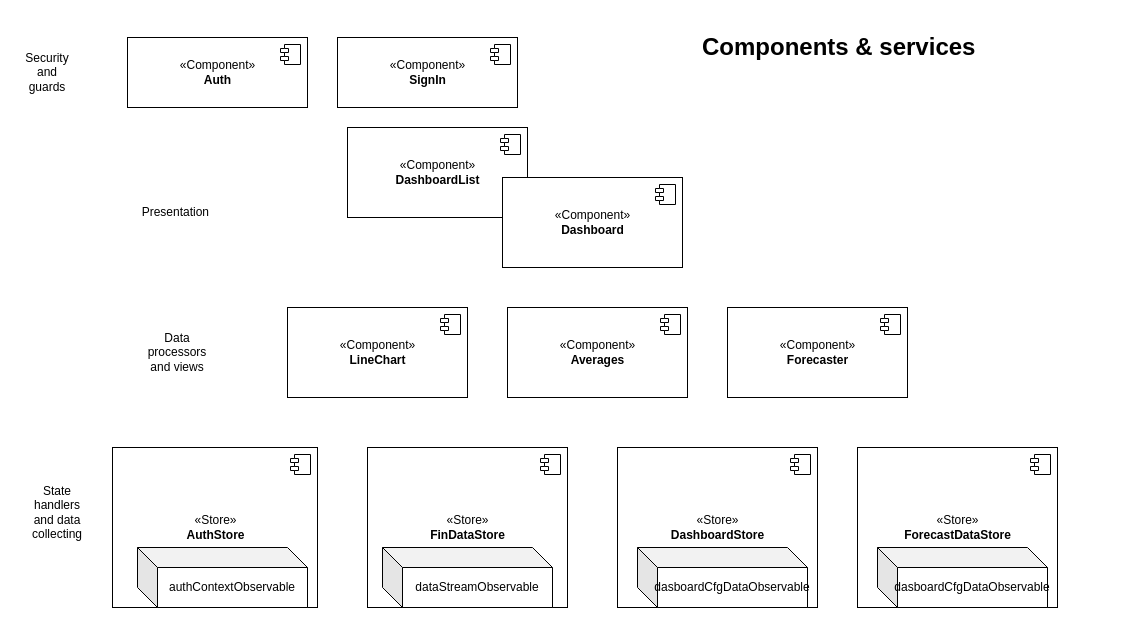
The draw.io diagram page "MainComponents-Services" (1 of 5) of design/frontend.app.swa.drawio in sergiunagy/findashboard, before the edit. Source tidied: cells renumbered, new cells numbered last; positions are measured from the earlier drawing's top-left corner, leaving out a move shared by most shapes. Both pictures are drawn from the tidied source at 100%, with x=0, y=0 at pixel (17, 27).
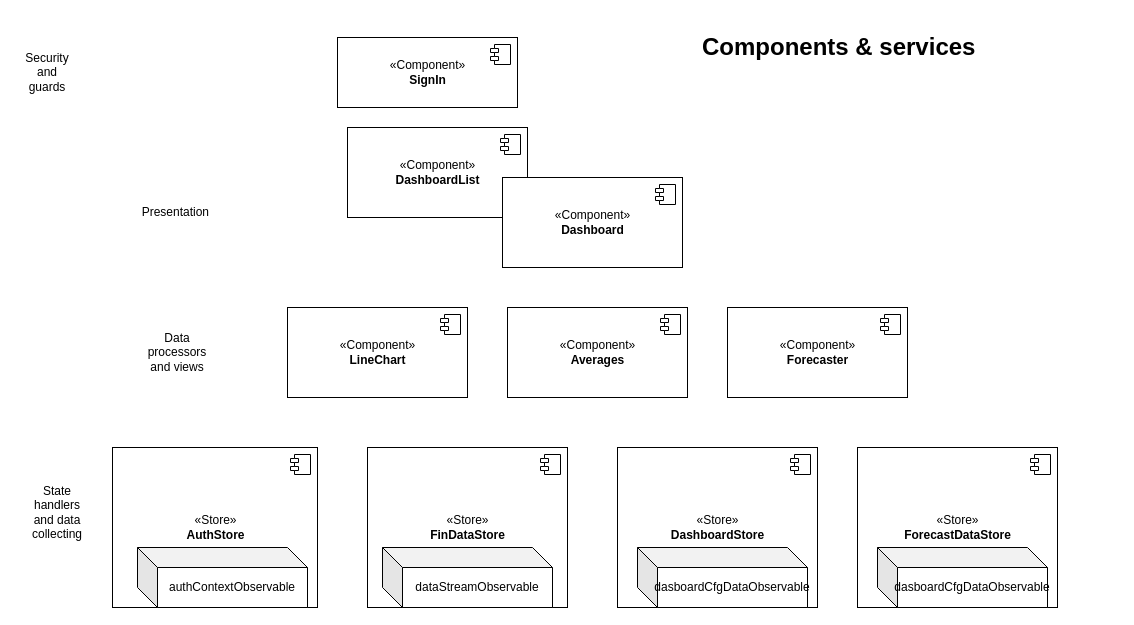
After the change.

The edit, as a diff of the source:
```diff
@@
-    <mxCell id="2" value="«Component»&lt;br&gt;&lt;b&gt;Auth&lt;/b&gt;" style="html=1;" parent="1" vertex="1">
-      <mxGeometry x="110" y="10" width="180" height="70" as="geometry" />
-    </mxCell>
-    <mxCell id="3" style="shape=module;jettyWidth=8;jettyHeight=4;" parent="2" vertex="1">
-      <mxGeometry x="1" width="20" height="20" relative="1" as="geometry">
-        <mxPoint x="-27" y="7" as="offset" />
-      </mxGeometry>
-    </mxCell>
```
